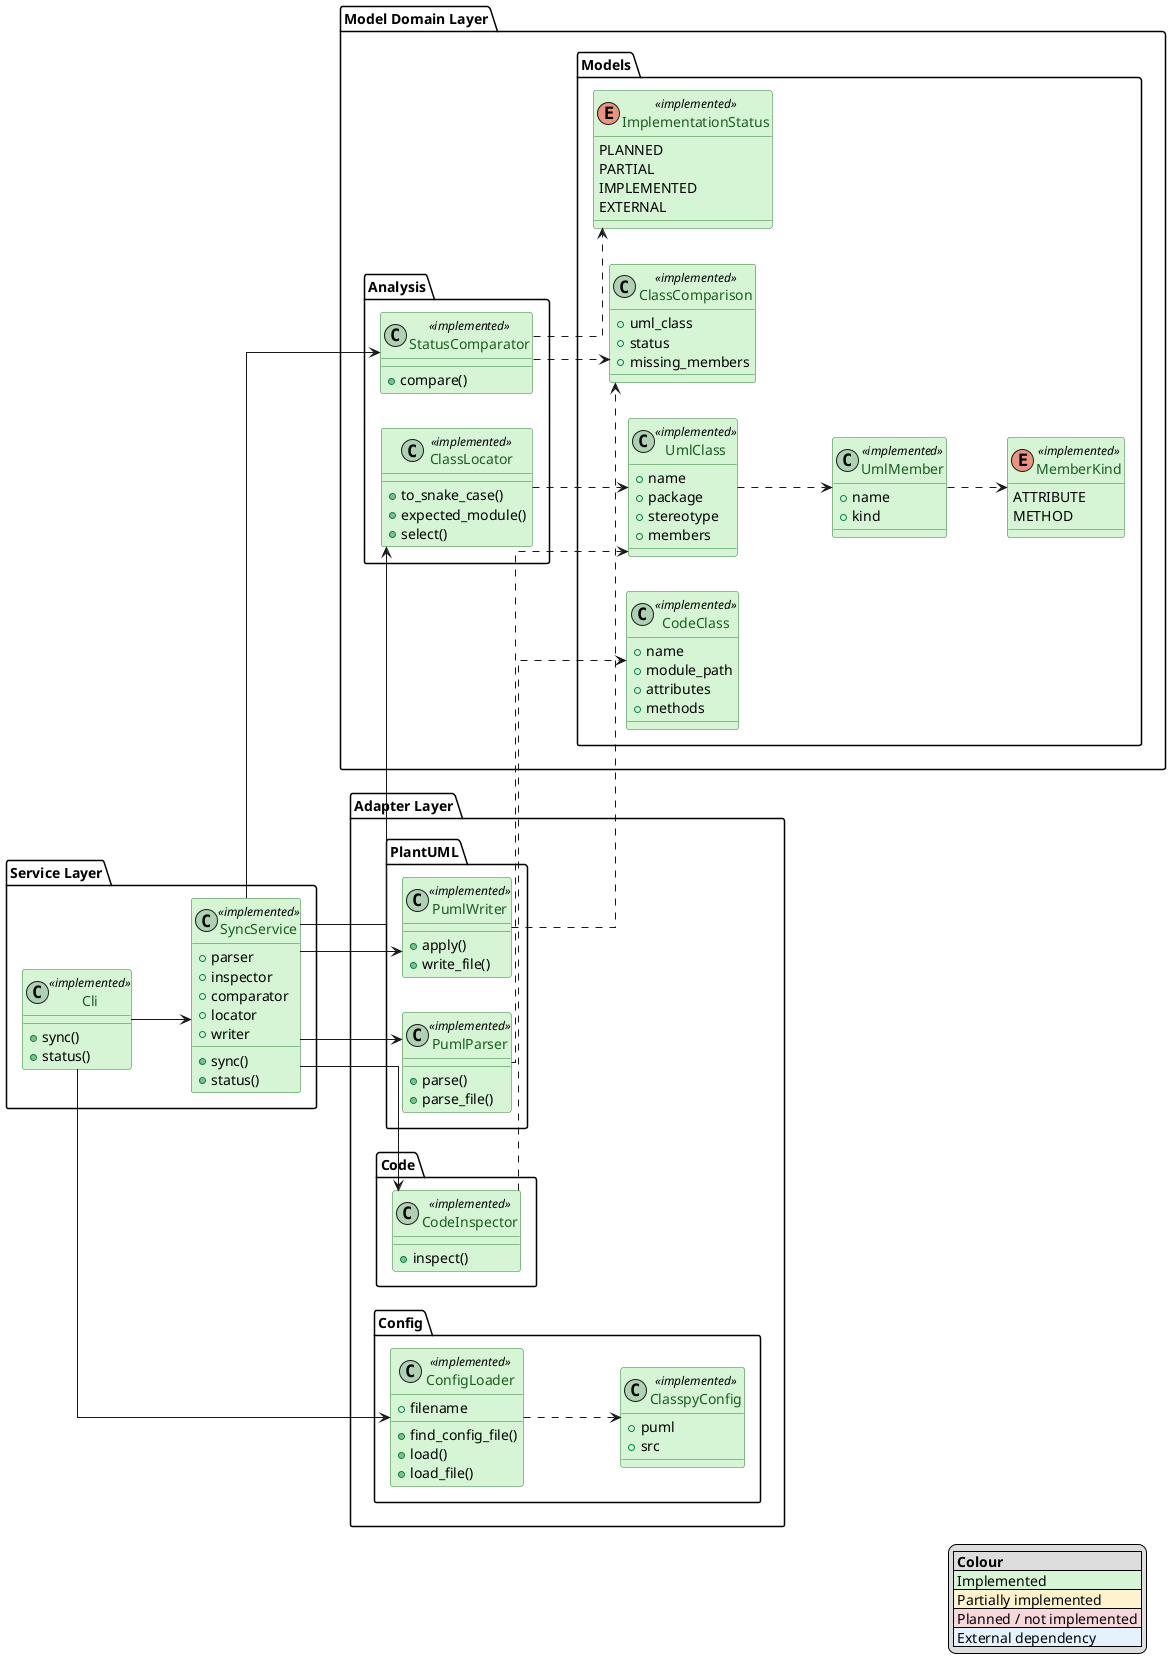
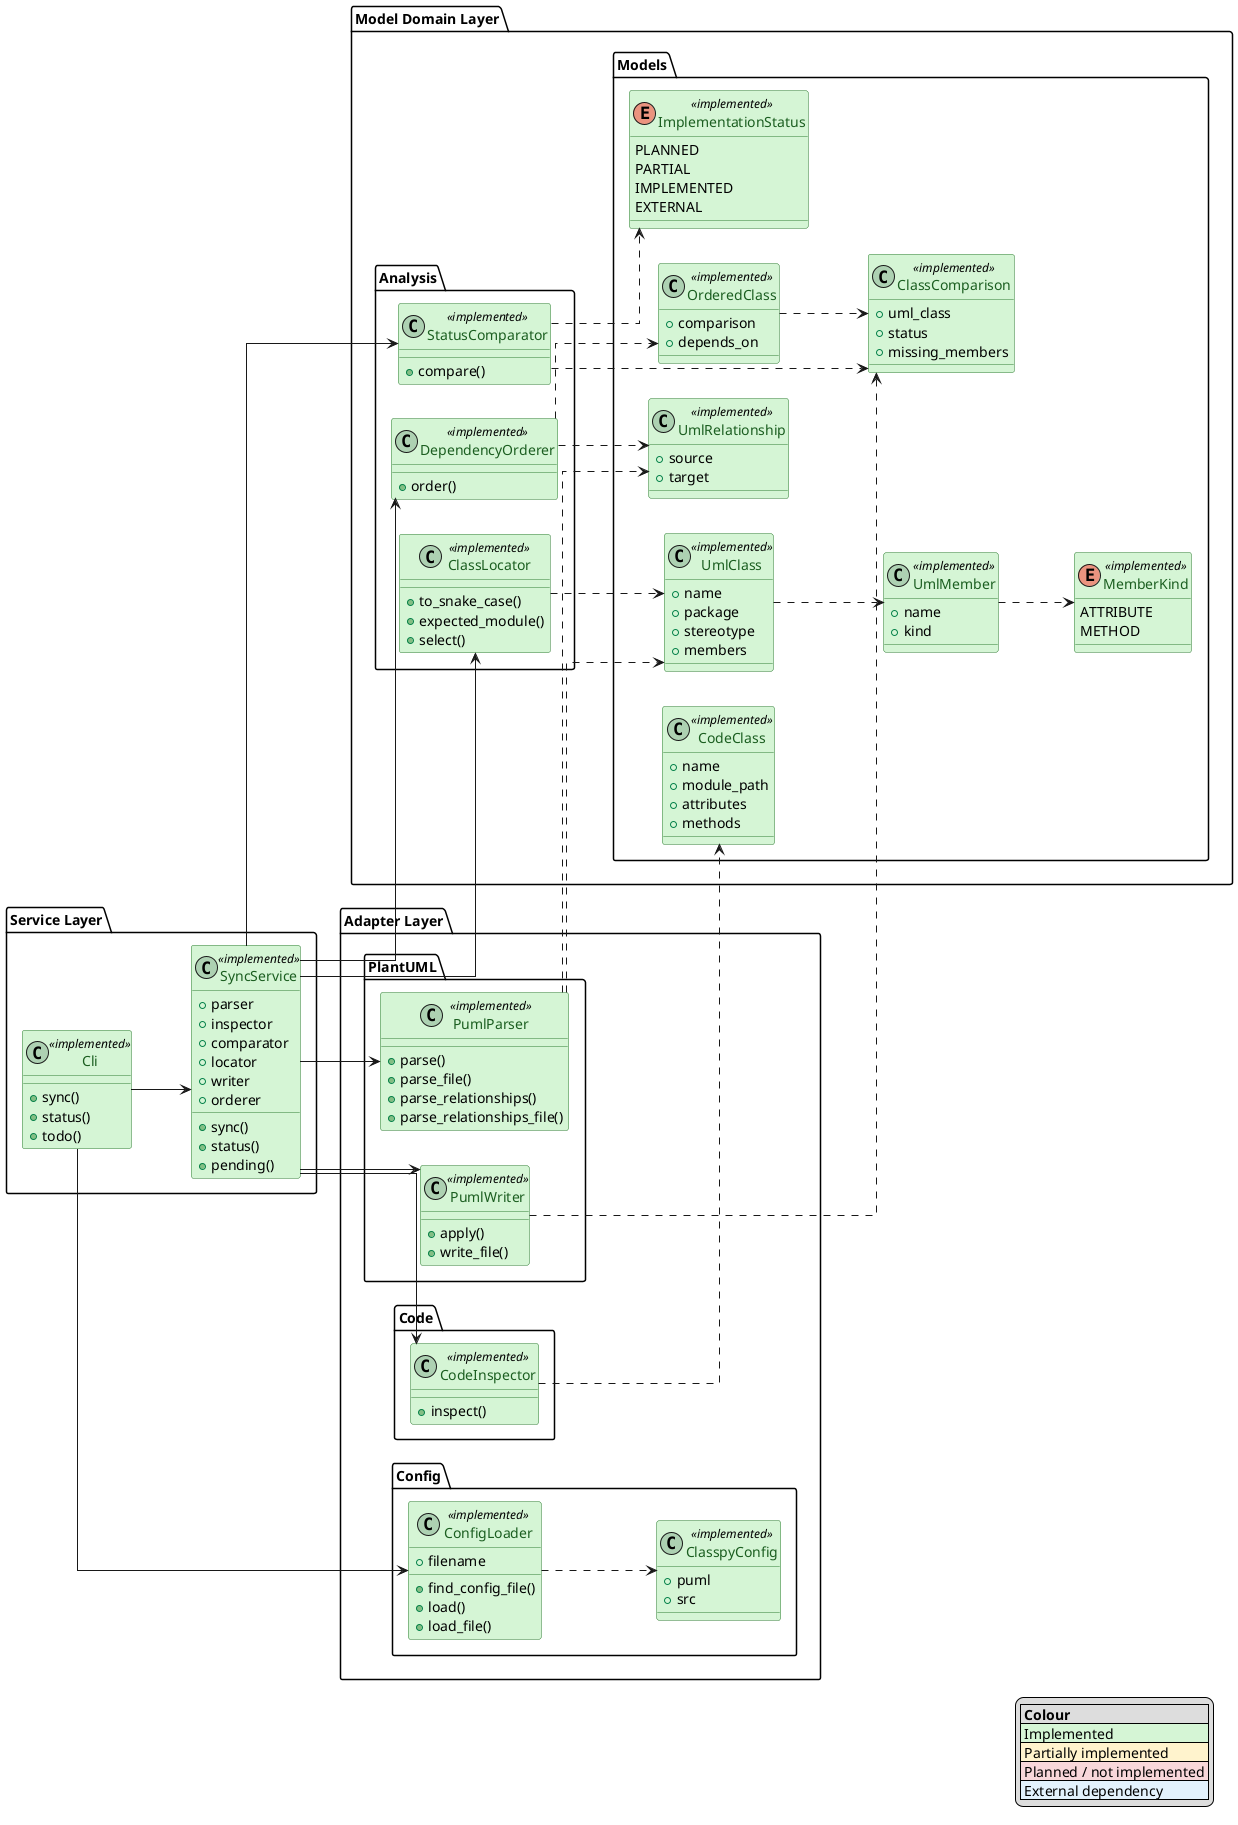
@startuml
left to right direction
skinparam linetype ortho
skinparam class {
    BackgroundColor<<implemented>> #D5F5D5
    BorderColor<<implemented>> #2E7D32
    FontColor<<implemented>> #1B5E20

    BackgroundColor<<partial>> #FFF3CD
    BorderColor<<partial>> #B8860B
    FontColor<<partial>> #7A5600

    BackgroundColor<<planned>> #F8D7DA
    BorderColor<<planned>> #B02A37
    FontColor<<planned>> #842029

    BackgroundColor<<external>> #E3F2FD
    BorderColor<<external>> #1565C0
    FontColor<<external>> #0D47A1
}

legend right
|= Colour |
|<#D5F5D5> Implemented |
|<#FFF3CD> Partially implemented |
|<#F8D7DA> Planned / not implemented |
|<#E3F2FD> External dependency |
endlegend

' 0 = hide dependency lines
' 1 = show dependency lines
!$SHOW_DEPENDENCIES = 0


'=============================================================================='
'Service Layer'
'=============================================================================='

package "Service Layer" {
    class SyncService <<implemented>> {
        +parser
        +inspector
        +comparator
        +locator
        +writer
+         +orderer
        +sync()
        +status()
+         +pending()
    }


    class Cli <<implemented>> {
        +sync()
        +status()
+         +todo()
    }
    Cli --> SyncService
}


'=============================================================================='
'Model Domain'
'=============================================================================='

package "Model Domain Layer" {

    package "Models" {
        enum ImplementationStatus <<implemented>> {
            PLANNED
            PARTIAL
            IMPLEMENTED
            EXTERNAL
        }


        enum MemberKind <<implemented>> {
            ATTRIBUTE
            METHOD
        }


        class UmlMember <<implemented>> {
            +name
            +kind
        }
        UmlMember ..> MemberKind


        class UmlClass <<implemented>> {
            +name
            +package
            +stereotype
            +members
        }
        UmlClass ..> UmlMember


        class CodeClass <<implemented>> {
            +name
            +module_path
            +attributes
            +methods
        }

        class ClassComparison <<implemented>> {
            +uml_class
            +status
            +missing_members
        }
+ 
+         class UmlRelationship <<implemented>> {
+             +source
+             +target
+         }
+ 
+         class OrderedClass <<implemented>> {
+             +comparison
+             +depends_on
+         }
+         OrderedClass ..> ClassComparison
    }

    package "Analysis" {

        class StatusComparator <<implemented>> {
            +compare()
        }
        StatusComparator ..> ClassComparison
        StatusComparator ..> ImplementationStatus

        class ClassLocator <<implemented>> {
            +to_snake_case()
            +expected_module()
            +select()
        }
        ClassLocator ..> UmlClass
+ 
+         class DependencyOrderer <<implemented>> {
+             +order()
+         }
+         DependencyOrderer ..> OrderedClass
+         DependencyOrderer ..> UmlRelationship
    }
}


'=============================================================================='
'Adapter Layer'
'=============================================================================='

package "Adapter Layer" {

    package "PlantUML" {

        class PumlParser <<implemented>> {
            +parse()
            +parse_file()
+             +parse_relationships()
+             +parse_relationships_file()
        }
        PumlParser ..> UmlClass

        class PumlWriter <<implemented>> {
            +apply()
            +write_file()
        }
        PumlWriter ..> ClassComparison
    }

    package "Code" {

        class CodeInspector <<implemented>> {
            +inspect()
        }
        CodeInspector ..> CodeClass
    }

    package "Config" {

        class ClasspyConfig <<implemented>> {
            +puml
            +src
        }

        class ConfigLoader <<implemented>> {
            +filename
            +find_config_file()
            +load()
            +load_file()
        }
        ConfigLoader ..> ClasspyConfig
    }
}


'=============================================================================='
'Broken Links'
'=============================================================================='

SyncService --> PumlParser
SyncService --> CodeInspector
SyncService --> StatusComparator
SyncService --> ClassLocator
SyncService --> PumlWriter
+ SyncService --> DependencyOrderer
+ 
+ PumlParser ..> UmlRelationship

Cli --> ConfigLoader

@enduml
